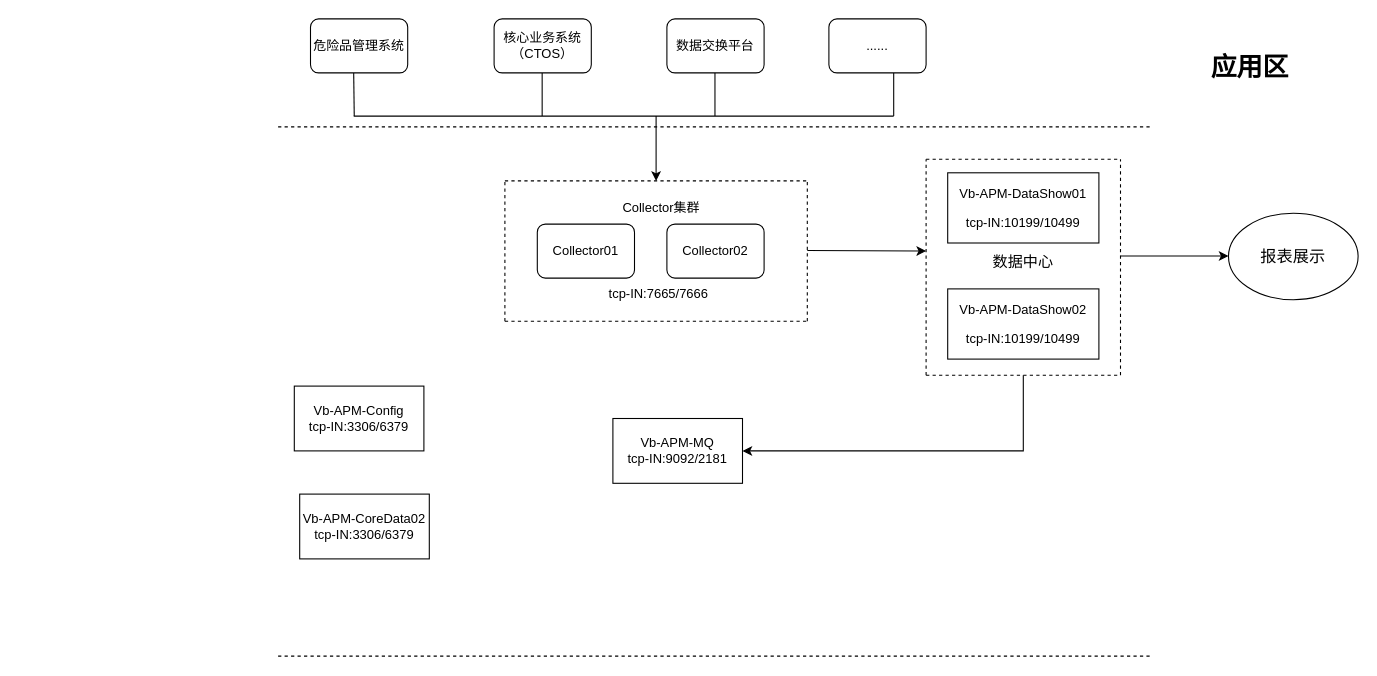
Above: 未命名绘图.drawio in zeng0550/free-programming-books (draw.io), before the change. Source tidied: cells renumbered, new cells numbered last; positions are measured from the earlier drawing's top-left corner, leaving out a move shared by most shapes. Both pictures are drawn from the tidied source at 108%, with x=0, y=0 at pixel (278, 18).
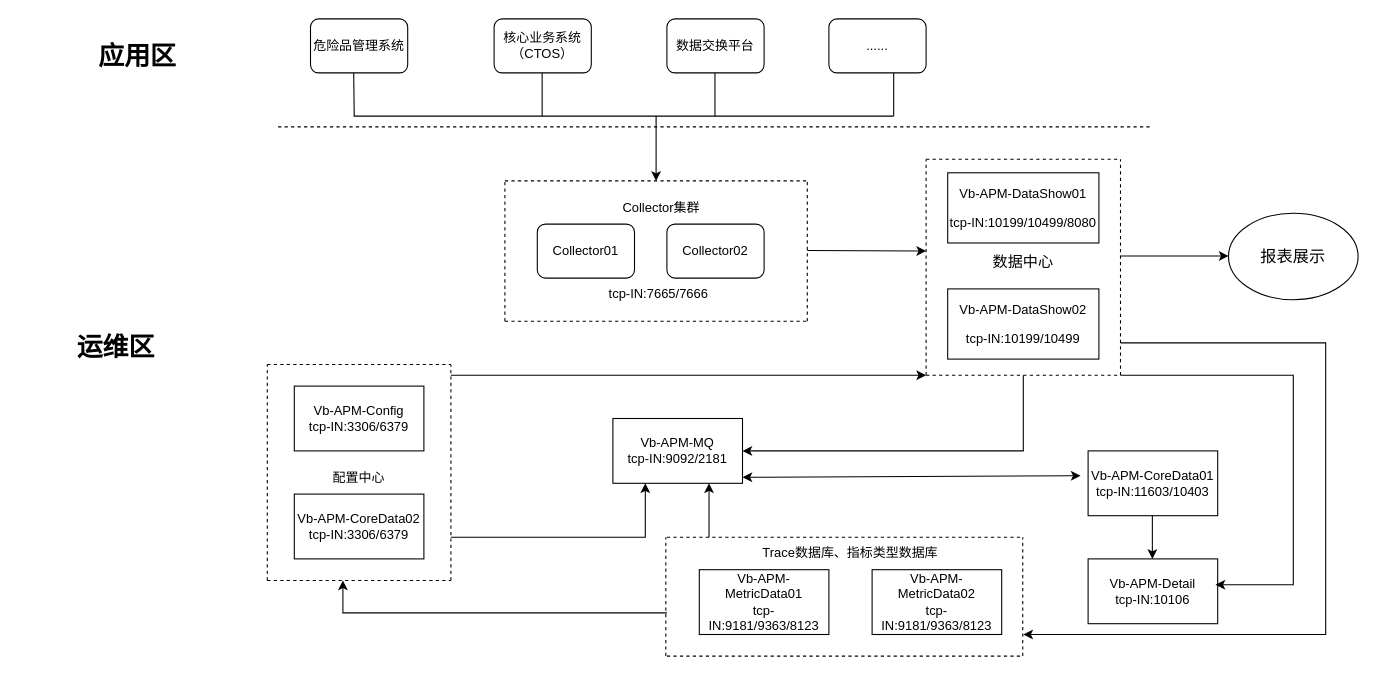
The same diagram, later.

Commit message:
宁波大榭港应用性能监控平台架构.drawio

Unchanged cells that the change refers to:
```xml
<mxCell id="33" value="Vb-APM-MQ&lt;div&gt;tcp-IN:9092/2181&lt;/div&gt;" style="rounded=0;whiteSpace=wrap;html=1;" parent="1" vertex="1">
  <mxGeometry x="310" y="370" width="120" height="60" as="geometry" />
</mxCell>
```

The edit, as a diff of the source:
```diff
@@
     <mxCell id="3" value="&lt;font style=&quot;font-size: 24px;&quot;&gt;&lt;b&gt;应用区&lt;/b&gt;&lt;/font&gt;" style="text;html=1;whiteSpace=wrap;strokeColor=none;fillColor=none;align=center;verticalAlign=middle;rounded=0;" parent="1" vertex="1">
-      <mxGeometry x="810" y="30" width="180" height="30" as="geometry" />
+      <mxGeometry x="-220" y="20" width="180" height="30" as="geometry" />
     </mxCell>
@@
-    <mxCell id="8" style="endArrow=none;dashed=1;html=1;rounded=0;" parent="1" edge="1">
-      <mxGeometry relative="1" as="geometry">
-        <mxPoint y="590" as="sourcePoint" />
-        <mxPoint x="810" y="590" as="targetPoint" />
-      </mxGeometry>
-    </mxCell>
@@
-    <mxCell id="23" value="&lt;p class=&quot;MsoNormal&quot;&gt;&lt;span style=&quot;font-family: 宋体;&quot;&gt;&lt;font&gt;Vb-APM-DataShow01&lt;/font&gt;&lt;/span&gt;&lt;/p&gt;&lt;p class=&quot;MsoNormal&quot;&gt;&lt;span style=&quot;font-family: 宋体;&quot;&gt;&lt;font&gt;tcp-IN:10199/10499&lt;/font&gt;&lt;/span&gt;&lt;/p&gt;" style="rounded=0;whiteSpace=wrap;html=1;" parent="1" vertex="1">
+    <mxCell id="23" value="&lt;p class=&quot;MsoNormal&quot;&gt;&lt;span style=&quot;font-family: 宋体;&quot;&gt;&lt;font&gt;Vb-APM-DataShow01&lt;/font&gt;&lt;/span&gt;&lt;/p&gt;&lt;p class=&quot;MsoNormal&quot;&gt;&lt;span style=&quot;font-family: 宋体;&quot;&gt;&lt;font&gt;tcp-IN:10199/10499/8080&lt;/font&gt;&lt;/span&gt;&lt;/p&gt;" style="rounded=0;whiteSpace=wrap;html=1;" parent="1" vertex="1">
       <mxGeometry x="620" y="142.5" width="140" height="65" as="geometry" />
     </mxCell>
@@
     <mxCell id="35" value="Vb-APM-CoreData02&lt;br&gt;&lt;div&gt;tcp-IN:&lt;span style=&quot;background-color: transparent; color: light-dark(rgb(0, 0, 0), rgb(255, 255, 255));&quot;&gt;3306/6379&lt;/span&gt;&lt;/div&gt;" style="rounded=0;whiteSpace=wrap;html=1;" parent="1" vertex="1">
-      <mxGeometry x="20" y="440" width="120" height="60" as="geometry" />
+      <mxGeometry x="15" y="440" width="120" height="60" as="geometry" />
     </mxCell>
@@
+    <mxCell id="37" value="&lt;font style=&quot;font-size: 24px;&quot;&gt;&lt;b&gt;运维区&lt;/b&gt;&lt;/font&gt;" style="text;html=1;whiteSpace=wrap;strokeColor=none;fillColor=none;align=center;verticalAlign=middle;rounded=0;" parent="1" vertex="1">
+      <mxGeometry x="-240" y="290" width="180" height="30" as="geometry" />
+    </mxCell>
+    <mxCell id="38" style="endArrow=none;dashed=1;html=1;rounded=0;" parent="1" edge="1">
+      <mxGeometry relative="1" as="geometry">
+        <mxPoint x="-10" y="520" as="sourcePoint" />
+        <mxPoint x="-10" y="320" as="targetPoint" />
+      </mxGeometry>
+    </mxCell>
+    <mxCell id="39" style="endArrow=none;dashed=1;html=1;rounded=0;" parent="1" edge="1">
+      <mxGeometry relative="1" as="geometry">
+        <mxPoint x="160" y="520" as="sourcePoint" />
+        <mxPoint x="160" y="320" as="targetPoint" />
+      </mxGeometry>
+    </mxCell>
+    <mxCell id="40" style="endArrow=none;dashed=1;html=1;rounded=0;" parent="1" edge="1">
+      <mxGeometry relative="1" as="geometry">
+        <mxPoint x="-10" y="320" as="sourcePoint" />
+        <mxPoint x="160" y="320" as="targetPoint" />
+      </mxGeometry>
+    </mxCell>
+    <mxCell id="41" style="endArrow=none;dashed=1;html=1;rounded=0;" parent="1" edge="1">
+      <mxGeometry relative="1" as="geometry">
+        <mxPoint x="-10" y="520" as="sourcePoint" />
+        <mxPoint x="160" y="520" as="targetPoint" />
+      </mxGeometry>
+    </mxCell>
+    <mxCell id="42" value="配置中心" style="text;html=1;whiteSpace=wrap;strokeColor=none;fillColor=none;align=center;verticalAlign=middle;rounded=0;" parent="1" vertex="1">
+      <mxGeometry x="45" y="410" width="60" height="30" as="geometry" />
+    </mxCell>
+    <mxCell id="43" style="endArrow=classic;html=1;rounded=0;entryX=0.25;entryY=1;entryDx=0;entryDy=0;" parent="1" edge="1" target="33">
+      <mxGeometry relative="1" as="geometry">
+        <mxPoint x="160" y="480" as="sourcePoint" />
+        <Array as="points">
+          <mxPoint x="340" y="480" />
+        </Array>
+      </mxGeometry>
+    </mxCell>
+    <mxCell id="44" style="endArrow=classic;html=1;rounded=0;" parent="1" edge="1">
+      <mxGeometry relative="1" as="geometry">
+        <mxPoint x="160" y="330" as="sourcePoint" />
+        <mxPoint x="600" y="330" as="targetPoint" />
+      </mxGeometry>
+    </mxCell>
+    <mxCell id="45" value="&lt;div&gt;Vb-APM-MetricData02&lt;/div&gt;&lt;div&gt;tcp-IN:9181/9363/8123&lt;/div&gt;" style="rounded=0;whiteSpace=wrap;html=1;" parent="1" vertex="1">
+      <mxGeometry x="550" y="510" width="120" height="60" as="geometry" />
+    </mxCell>
+    <mxCell id="46" value="Vb-APM-MetricData01&lt;div&gt;tcp-IN:9181/9363/8123&lt;/div&gt;" style="rounded=0;whiteSpace=wrap;html=1;" parent="1" vertex="1">
+      <mxGeometry x="390" y="510" width="120" height="60" as="geometry" />
+    </mxCell>
+    <mxCell id="47" style="endArrow=none;dashed=1;html=1;rounded=0;" parent="1" edge="1">
+      <mxGeometry relative="1" as="geometry">
+        <mxPoint x="360" y="480" as="sourcePoint" />
+        <mxPoint x="690" y="480" as="targetPoint" />
+      </mxGeometry>
+    </mxCell>
+    <mxCell id="48" style="endArrow=none;dashed=1;html=1;rounded=0;" parent="1" edge="1">
+      <mxGeometry relative="1" as="geometry">
+        <mxPoint x="360" y="590" as="sourcePoint" />
+        <mxPoint x="690" y="590" as="targetPoint" />
+      </mxGeometry>
+    </mxCell>
+    <mxCell id="49" style="endArrow=none;dashed=1;html=1;rounded=0;" parent="1" edge="1">
+      <mxGeometry relative="1" as="geometry">
+        <mxPoint x="359" y="590" as="sourcePoint" />
+        <mxPoint x="359" y="480" as="targetPoint" />
+      </mxGeometry>
+    </mxCell>
+    <mxCell id="50" style="endArrow=none;dashed=1;html=1;rounded=0;" parent="1" edge="1">
+      <mxGeometry relative="1" as="geometry">
+        <mxPoint x="689.5" y="590" as="sourcePoint" />
+        <mxPoint x="689.5" y="480" as="targetPoint" />
+      </mxGeometry>
+    </mxCell>
+    <mxCell id="51" value="Trace数据库、指标类型数据库" style="text;html=1;whiteSpace=wrap;strokeColor=none;fillColor=none;align=center;verticalAlign=middle;rounded=0;" parent="1" vertex="1">
+      <mxGeometry x="440" y="480" width="180" height="30" as="geometry" />
+    </mxCell>
+    <mxCell id="52" style="endArrow=classic;html=1;rounded=0;" parent="1" edge="1">
+      <mxGeometry relative="1" as="geometry">
+        <mxPoint x="399" y="480" as="sourcePoint" />
+        <mxPoint x="399" y="430" as="targetPoint" />
+      </mxGeometry>
+    </mxCell>
+    <mxCell id="53" style="endArrow=classic;html=1;rounded=0;" parent="1" edge="1">
+      <mxGeometry relative="1" as="geometry">
+        <mxPoint x="360" y="550" as="sourcePoint" />
+        <mxPoint x="60" y="520" as="targetPoint" />
+        <Array as="points">
+          <mxPoint x="60" y="550" />
+        </Array>
+      </mxGeometry>
+    </mxCell>
+    <mxCell id="54" value="Vb-APM-CoreData01&lt;br&gt;&lt;div&gt;tcp-IN:11603&lt;span style=&quot;background-color: transparent; color: light-dark(rgb(0, 0, 0), rgb(255, 255, 255));&quot;&gt;/10403&lt;/span&gt;&lt;/div&gt;" style="rounded=0;whiteSpace=wrap;html=1;" parent="1" vertex="1">
+      <mxGeometry x="750" y="400" width="120" height="60" as="geometry" />
+    </mxCell>
+    <mxCell id="55" style="endArrow=classic;startArrow=classic;html=1;rounded=0;entryX=-0.058;entryY=0.383;entryDx=0;entryDy=0;entryPerimeter=0;" parent="1" edge="1" target="54">
+      <mxGeometry relative="1" as="geometry">
+        <mxPoint x="430" y="424.5" as="sourcePoint" />
+      </mxGeometry>
+    </mxCell>
+    <mxCell id="56" style="endArrow=classic;html=1;rounded=0;" parent="1" edge="1">
+      <mxGeometry relative="1" as="geometry">
+        <mxPoint x="780" y="300" as="sourcePoint" />
+        <mxPoint x="690" y="570" as="targetPoint" />
+        <Array as="points">
+          <mxPoint x="970" y="300" />
+          <mxPoint x="970" y="570" />
+        </Array>
+      </mxGeometry>
+    </mxCell>
+    <mxCell id="57" value="Vb-APM-Detail&lt;br&gt;&lt;div&gt;tcp-IN:10106&lt;/div&gt;" style="rounded=0;whiteSpace=wrap;html=1;" parent="1" vertex="1">
+      <mxGeometry x="750" y="500" width="120" height="60" as="geometry" />
+    </mxCell>
+    <mxCell id="58" style="endArrow=classic;html=1;rounded=0;" parent="1" edge="1">
+      <mxGeometry relative="1" as="geometry">
+        <mxPoint x="809.5" y="460" as="sourcePoint" />
+        <mxPoint x="809.5" y="500" as="targetPoint" />
+      </mxGeometry>
+    </mxCell>
+    <mxCell id="59" style="endArrow=classic;html=1;rounded=0;entryX=0.983;entryY=0.4;entryDx=0;entryDy=0;entryPerimeter=0;" parent="1" edge="1" target="57">
+      <mxGeometry relative="1" as="geometry">
+        <mxPoint x="780" y="330" as="sourcePoint" />
+        <Array as="points">
+          <mxPoint x="940" y="330" />
+          <mxPoint x="940" y="524" />
+        </Array>
+      </mxGeometry>
+    </mxCell>
```
